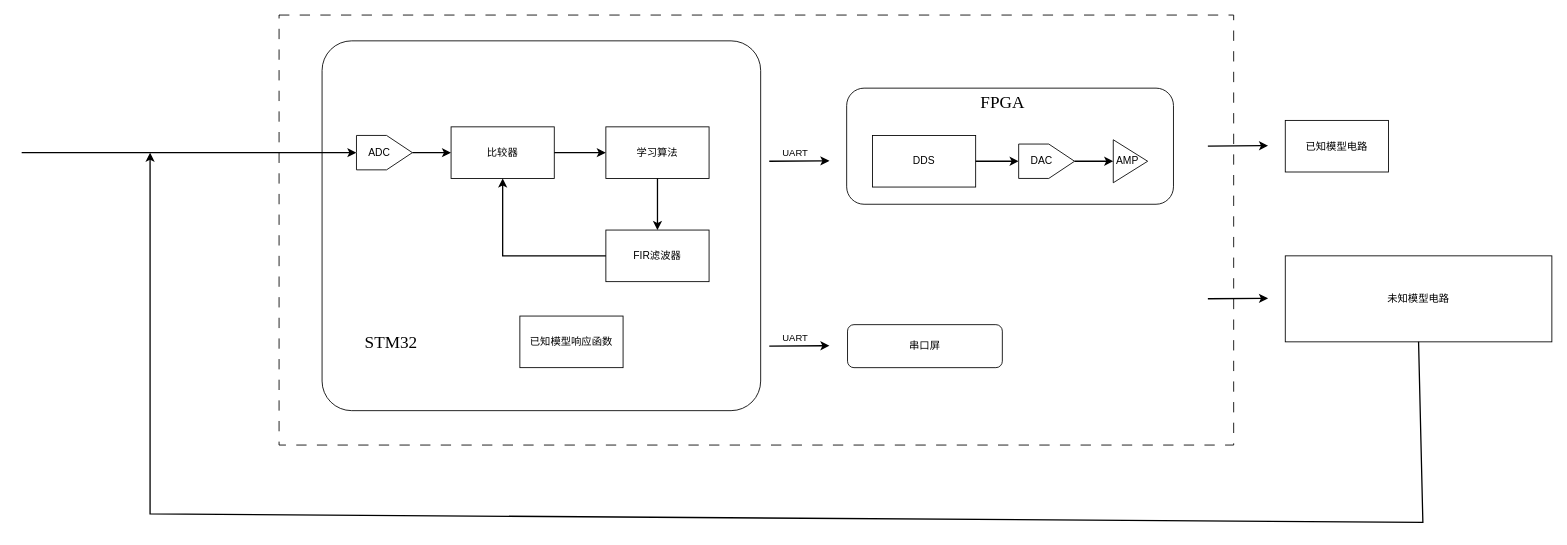
The draw.io diagram 25G系统框图.drawio in zeandon/draw.io, before the edit. Source tidied: cells renumbered, new cells numbered last; positions are measured from the earlier drawing's top-left corner, leaving out a move shared by most shapes. Both pictures are drawn from the tidied source at 86%, with x=0, y=0 at pixel (22, 15).
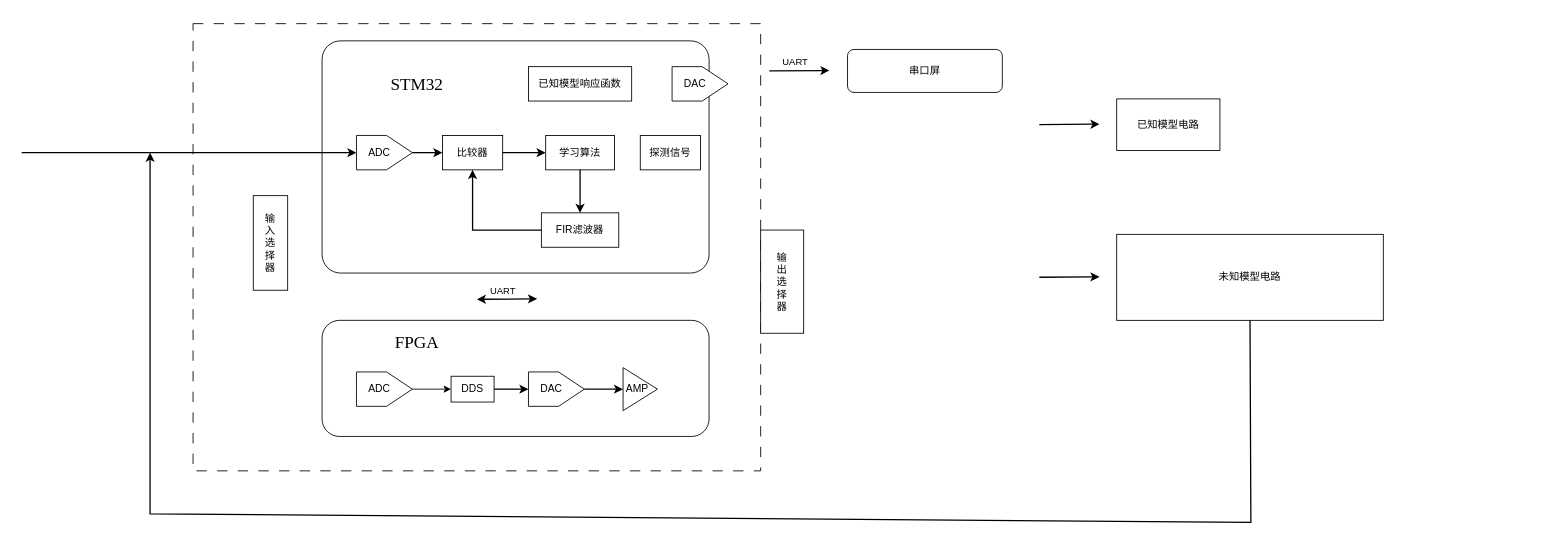
The same diagram, later.

Commit message:
更新25G系统框图.drawio

Diff of the diagram source:
```diff
@@
     <mxCell id="2" style="rounded=0;whiteSpace=wrap;html=1;dashed=1;dashPattern=12 12;" parent="1" vertex="1">
-      <mxGeometry x="299" width="1110" height="500" as="geometry" />
+      <mxGeometry x="199" y="10" width="660" height="520" as="geometry" />
     </mxCell>
     <mxCell id="3" style="rounded=1;whiteSpace=wrap;html=1;arcSize=8;" parent="1" vertex="1">
-      <mxGeometry x="349" y="30" width="510" height="430" as="geometry" />
+      <mxGeometry x="349" y="30" width="450" height="270" as="geometry" />
     </mxCell>
     <mxCell id="4" style="rounded=1;whiteSpace=wrap;html=1;" parent="1" vertex="1">
-      <mxGeometry x="959" y="85" width="380" height="135" as="geometry" />
+      <mxGeometry x="349" y="355" width="450" height="135" as="geometry" />
     </mxCell>
@@
     <mxCell id="6" value="STM32" style="text;strokeColor=none;fillColor=none;html=1;fontSize=20;fontStyle=0;verticalAlign=middle;align=center;fontFamily=Times New Roman;" parent="1" vertex="1">
-      <mxGeometry x="379" y="360" width="100" height="40" as="geometry" />
+      <mxGeometry x="409" y="60" width="100" height="40" as="geometry" />
     </mxCell>
     <mxCell id="7" value="已知模型&lt;span style=&quot;background-color: transparent; color: light-dark(rgb(0, 0, 0), rgb(255, 255, 255));&quot;&gt;响应函数&lt;/span&gt;" style="rounded=0;whiteSpace=wrap;html=1;" parent="1" vertex="1">
-      <mxGeometry x="579" y="350" width="120" height="60" as="geometry" />
+      <mxGeometry x="589" y="60" width="120" height="40" as="geometry" />
     </mxCell>
     <mxCell id="8" value="比较器" style="rounded=0;whiteSpace=wrap;html=1;" parent="1" vertex="1">
-      <mxGeometry x="499" y="130" width="120" height="60" as="geometry" />
+      <mxGeometry x="489" y="140" width="70" height="40" as="geometry" />
     </mxCell>
     <mxCell id="9" value="学习算法" style="rounded=0;whiteSpace=wrap;html=1;" parent="1" vertex="1">
-      <mxGeometry x="679" y="130" width="120" height="60" as="geometry" />
+      <mxGeometry x="609" y="140" width="80" height="40" as="geometry" />
     </mxCell>
     <mxCell id="10" value="FIR滤波器" style="rounded=0;whiteSpace=wrap;html=1;" parent="1" vertex="1">
-      <mxGeometry x="679" y="250" width="120" height="60" as="geometry" />
+      <mxGeometry x="604" y="230" width="90" height="40" as="geometry" />
     </mxCell>
@@
     <mxCell id="12" value="FPGA" style="text;strokeColor=none;fillColor=none;html=1;fontSize=20;fontStyle=0;verticalAlign=middle;align=center;fontFamily=Times New Roman;" parent="1" vertex="1">
-      <mxGeometry x="1090" y="80" width="100" height="40" as="geometry" />
+      <mxGeometry x="409" y="360" width="100" height="40" as="geometry" />
     </mxCell>
     <mxCell id="13" value="DDS" style="rounded=0;whiteSpace=wrap;html=1;" parent="1" vertex="1">
-      <mxGeometry x="989" y="140" width="120" height="60" as="geometry" />
+      <mxGeometry x="499" y="420" width="50" height="30" as="geometry" />
     </mxCell>
     <mxCell id="14" value="DAC&amp;nbsp; &amp;nbsp;&amp;nbsp;" style="html=1;shadow=0;dashed=0;align=center;verticalAlign=middle;shape=mxgraph.arrows2.arrow;dy=0;dx=30;notch=0;" parent="1" vertex="1">
-      <mxGeometry x="1159" y="150" width="65" height="40" as="geometry" />
+      <mxGeometry x="589" y="415" width="65" height="40" as="geometry" />
     </mxCell>
     <mxCell id="15" value="未知模型电路" style="rounded=0;whiteSpace=wrap;html=1;" parent="1" vertex="1">
-      <mxGeometry x="1469" y="280" width="310" height="100" as="geometry" />
+      <mxGeometry x="1273" y="255" width="310" height="100" as="geometry" />
     </mxCell>
     <mxCell id="16" value="AMP&amp;nbsp;&amp;nbsp;" style="triangle;whiteSpace=wrap;html=1;" parent="1" vertex="1">
-      <mxGeometry x="1269" y="145" width="40" height="50" as="geometry" />
+      <mxGeometry x="699" y="410" width="40" height="50" as="geometry" />
     </mxCell>
-    <mxCell id="17" style="endArrow=classic;html=1;rounded=0;strokeWidth=1.5;" parent="1" edge="1">
+    <mxCell id="17" style="endArrow=classic;html=1;rounded=0;strokeWidth=1.5;startArrow=classic;startFill=1;" parent="1" edge="1">
       <mxGeometry relative="1" as="geometry">
-        <mxPoint x="869" y="170" as="sourcePoint" />
-        <mxPoint x="939" y="169.5" as="targetPoint" />
+        <mxPoint x="529" y="330.5" as="sourcePoint" />
+        <mxPoint x="599" y="330" as="targetPoint" />
       </mxGeometry>
     </mxCell>
@@
     <mxCell id="19" style="endArrow=classic;html=1;rounded=0;strokeWidth=1.5;" parent="1" edge="1">
       <mxGeometry relative="1" as="geometry">
-        <mxPoint x="1379" y="152.4" as="sourcePoint" />
-        <mxPoint x="1449" y="151.9" as="targetPoint" />
+        <mxPoint x="1183" y="127.4" as="sourcePoint" />
+        <mxPoint x="1253" y="126.9" as="targetPoint" />
       </mxGeometry>
     </mxCell>
     <mxCell id="20" value="已知模型电路" style="rounded=0;whiteSpace=wrap;html=1;" parent="1" vertex="1">
-      <mxGeometry x="1469" y="122.5" width="120" height="60" as="geometry" />
+      <mxGeometry x="1273" y="97.5" width="120" height="60" as="geometry" />
     </mxCell>
     <mxCell id="21" value="串口屏" style="rounded=1;whiteSpace=wrap;html=1;" parent="1" vertex="1">
-      <mxGeometry x="960" y="360" width="180" height="50" as="geometry" />
+      <mxGeometry x="960" y="40" width="180" height="50" as="geometry" />
     </mxCell>
     <mxCell id="22" style="endArrow=classic;html=1;rounded=0;strokeWidth=1.5;" parent="1" edge="1">
       <mxGeometry relative="1" as="geometry">
-        <mxPoint x="869" y="385" as="sourcePoint" />
-        <mxPoint x="939" y="384.5" as="targetPoint" />
+        <mxPoint x="869" y="65" as="sourcePoint" />
+        <mxPoint x="939" y="64.5" as="targetPoint" />
       </mxGeometry>
     </mxCell>
@@
     <mxCell id="27" style="endArrow=classic;html=1;rounded=0;strokeWidth=1.5;entryX=0.5;entryY=1;entryDx=0;entryDy=0;exitX=0;exitY=0.5;exitDx=0;exitDy=0;" parent="1" edge="1" source="10" target="8">
       <mxGeometry relative="1" as="geometry">
         <Array as="points">
-          <mxPoint x="559" y="280" />
+          <mxPoint x="524" y="250" />
         </Array>
       </mxGeometry>
     </mxCell>
@@
     <mxCell id="30" style="endArrow=classic;html=1;rounded=0;strokeWidth=1.5;" parent="1" edge="1">
       <mxGeometry relative="1" as="geometry">
-        <mxPoint x="1379" y="329.9" as="sourcePoint" />
-        <mxPoint x="1449" y="329.4" as="targetPoint" />
+        <mxPoint x="1183" y="304.9" as="sourcePoint" />
+        <mxPoint x="1253" y="304.4" as="targetPoint" />
       </mxGeometry>
     </mxCell>
     <mxCell id="31" style="endArrow=classic;html=1;rounded=0;strokeWidth=1.5;exitX=0.5;exitY=1;exitDx=0;exitDy=0;" parent="1" edge="1" source="15">
       <mxGeometry relative="1" as="geometry">
         <mxPoint x="149" y="160" as="targetPoint" />
         <Array as="points">
-          <mxPoint x="1629" y="590" />
+          <mxPoint x="1429" y="590" />
           <mxPoint x="149" y="580" />
         </Array>
       </mxGeometry>
     </mxCell>
+    <mxCell id="32" style="edgeStyle=orthogonalEdgeStyle;rounded=0;jettySize=auto;html=1;" parent="1" edge="1" source="33" target="13">
+      <mxGeometry relative="1" as="geometry" />
+    </mxCell>
+    <mxCell id="33" value="ADC&amp;nbsp; &amp;nbsp;&amp;nbsp;" style="html=1;shadow=0;dashed=0;align=center;verticalAlign=middle;shape=mxgraph.arrows2.arrow;dy=0;dx=30;notch=0;" parent="1" vertex="1">
+      <mxGeometry x="389" y="415" width="65" height="40" as="geometry" />
+    </mxCell>
+    <mxCell id="34" value="DAC&amp;nbsp; &amp;nbsp;&amp;nbsp;" style="html=1;shadow=0;dashed=0;align=center;verticalAlign=middle;shape=mxgraph.arrows2.arrow;dy=0;dx=30;notch=0;" parent="1" vertex="1">
+      <mxGeometry x="756" y="60" width="65" height="40" as="geometry" />
+    </mxCell>
+    <mxCell id="35" value="输&lt;div&gt;出&lt;/div&gt;&lt;div&gt;选&lt;/div&gt;&lt;div&gt;择&lt;/div&gt;&lt;div&gt;器&lt;/div&gt;" style="rounded=0;whiteSpace=wrap;html=1;" parent="1" vertex="1">
+      <mxGeometry x="859" y="250" width="50" height="120" as="geometry" />
+    </mxCell>
+    <mxCell id="36" value="输&lt;div&gt;入&lt;div&gt;选&lt;/div&gt;&lt;div&gt;择&lt;/div&gt;&lt;div&gt;器&lt;/div&gt;&lt;/div&gt;" style="rounded=0;whiteSpace=wrap;html=1;" parent="1" vertex="1">
+      <mxGeometry x="269" y="210" width="40" height="110" as="geometry" />
+    </mxCell>
+    <mxCell id="37" value="探测信号" style="rounded=0;whiteSpace=wrap;html=1;" parent="1" vertex="1">
+      <mxGeometry x="719" y="140" width="70" height="40" as="geometry" />
+    </mxCell>
```
